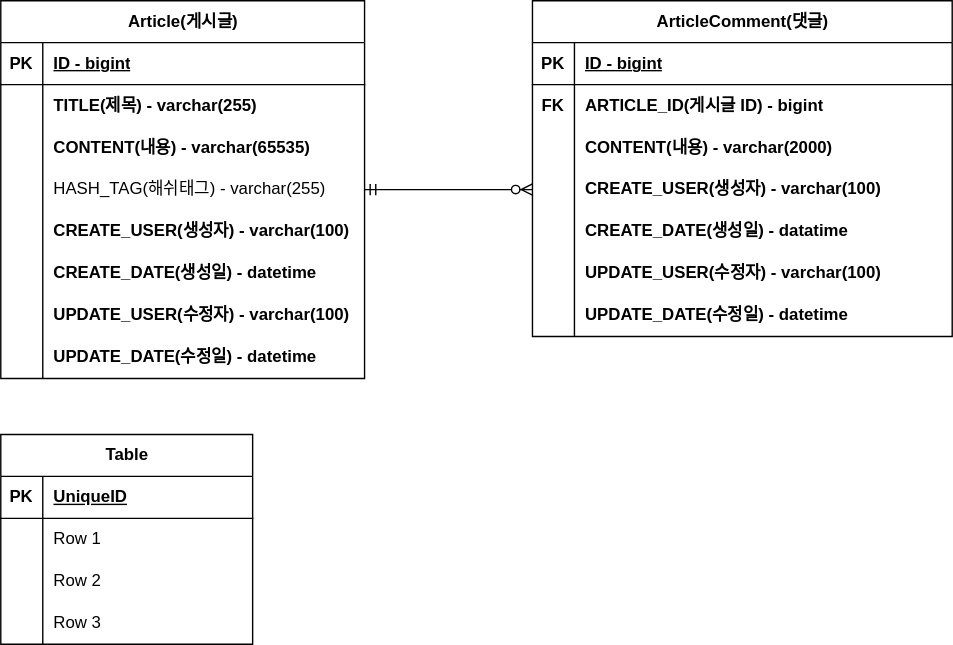
The draw.io diagram document/project-borad-erd.drawio.svg in ChoiHyunGeun/fastcampus-project-board, before a commit. Source tidied: cells renumbered, new cells last; positions are measured from the earlier drawing's top-left corner, leaving out a move shared by most shapes.
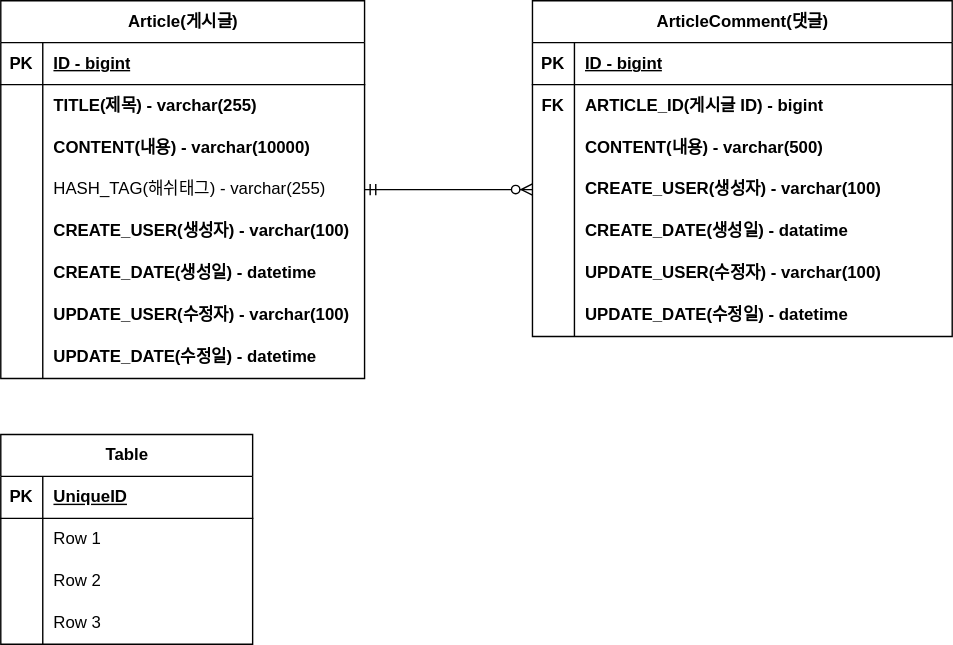
The same diagram one commit later.

Commit message:
#10 - erd 업데이트 : content 사이즈 변경

What changed in the source:
```diff
@@ -29,7 +29,7 @@
     <mxCell id="10" style="shape=partialRectangle;fillColor=none;top=0;left=0;bottom=0;right=0;overflow=hidden;whiteSpace=wrap;html=1;fontStyle=1;" parent="9" vertex="1">
       <mxGeometry width="30" height="30" as="geometry" />
     </mxCell>
-    <mxCell id="11" value="CONTENT(내용) - varchar(65535)" style="shape=partialRectangle;fillColor=none;top=0;left=0;bottom=0;right=0;align=left;spacingLeft=6;overflow=hidden;whiteSpace=wrap;html=1;fontStyle=1;" parent="9" vertex="1">
+    <mxCell id="11" value="CONTENT(내용) - varchar(10000)" style="shape=partialRectangle;fillColor=none;top=0;left=0;bottom=0;right=0;align=left;spacingLeft=6;overflow=hidden;whiteSpace=wrap;html=1;fontStyle=1;" parent="9" vertex="1">
       <mxGeometry x="30" width="230" height="30" as="geometry" />
     </mxCell>
     <mxCell id="12" style="shape=tableRow;horizontal=0;startSize=0;swimlaneHead=0;swimlaneBody=0;fillColor=none;points=[[0,0.5],[1,0.5]];portConstraint=eastwest;top=0;left=0;right=0;bottom=0;" parent="2" vertex="1">
@@ -104,7 +104,7 @@
     <mxCell id="35" style="shape=partialRectangle;fillColor=none;top=0;left=0;bottom=0;right=0;overflow=hidden;whiteSpace=wrap;html=1;fontStyle=1;" parent="34" vertex="1">
       <mxGeometry width="30" height="30" as="geometry" />
     </mxCell>
-    <mxCell id="36" value="CONTENT(내용) - varchar(2000)" style="shape=partialRectangle;fillColor=none;top=0;left=0;bottom=0;right=0;align=left;spacingLeft=6;overflow=hidden;whiteSpace=wrap;html=1;fontStyle=1;" parent="34" vertex="1">
+    <mxCell id="36" value="CONTENT(내용) - varchar(500)" style="shape=partialRectangle;fillColor=none;top=0;left=0;bottom=0;right=0;align=left;spacingLeft=6;overflow=hidden;whiteSpace=wrap;html=1;fontStyle=1;" parent="34" vertex="1">
       <mxGeometry x="30" width="270" height="30" as="geometry" />
     </mxCell>
     <mxCell id="37" style="shape=tableRow;horizontal=0;startSize=0;swimlaneHead=0;swimlaneBody=0;fillColor=none;points=[[0,0.5],[1,0.5]];portConstraint=eastwest;top=0;left=0;right=0;bottom=0;fontStyle=1;" parent="27" vertex="1">
```
